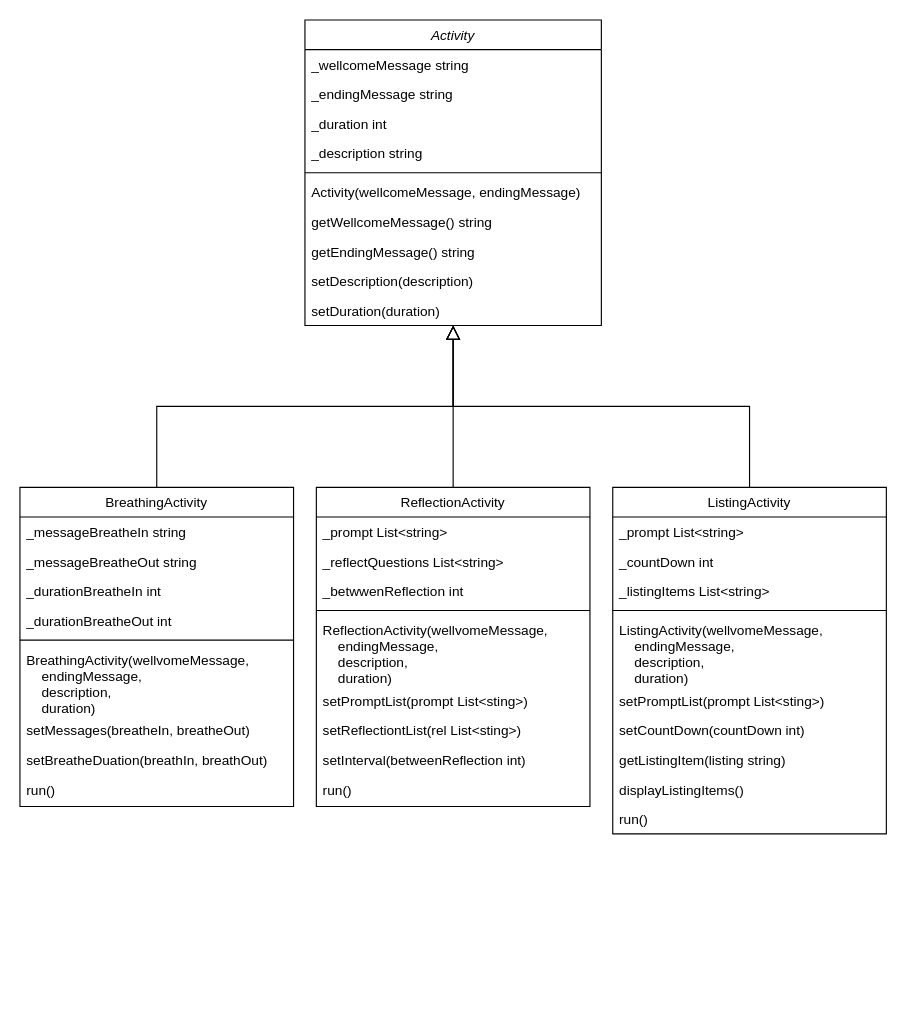
Before: assets/Untitled Diagram.drawio in neorgon/cse210-hw, a draw.io diagram. Source tidied: cells renumbered, new cells numbered last; positions are measured from the earlier drawing's top-left corner, leaving out a move shared by most shapes. Both pictures are drawn from the tidied source at 114%, with x=0, y=0 at pixel (19, 19).
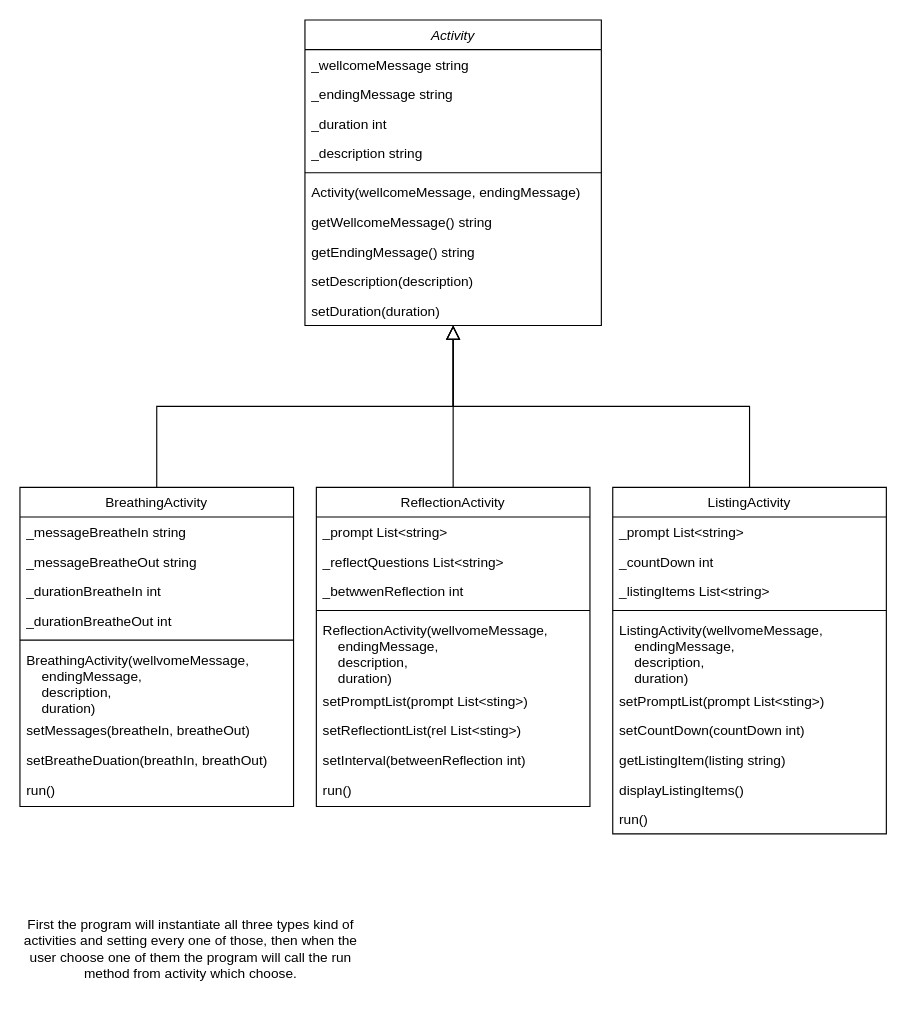
The same diagram, later.

What changed in the source:
```diff
@@
+    <mxCell id="47" value="First the program will instantiate all three types kind of activities and setting every one of those, then when the user choose one of them the program will call the run method from activity which choose." style="text;html=1;strokeColor=none;fillColor=none;align=center;verticalAlign=middle;whiteSpace=wrap;rounded=0;" parent="1" vertex="1">
+      <mxGeometry y="770" width="300" height="90" as="geometry" />
+    </mxCell>
```
